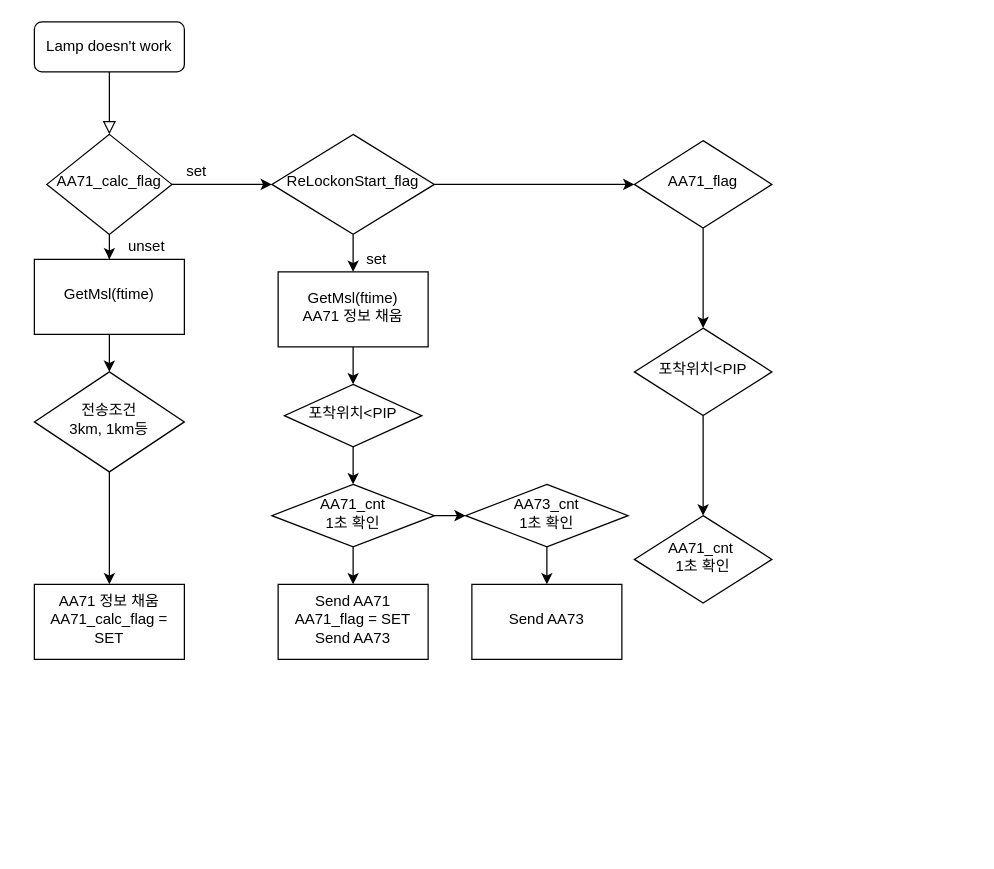
Before: Untitled Diagram.drawio in sejoon86/course-collaboration-travel-plans, a draw.io diagram. Source tidied: cells renumbered, new cells numbered last; positions are measured from the earlier drawing's top-left corner, leaving out a move shared by most shapes. Both pictures are drawn from the tidied source at 125%, with x=0, y=0 at pixel (34, 21).
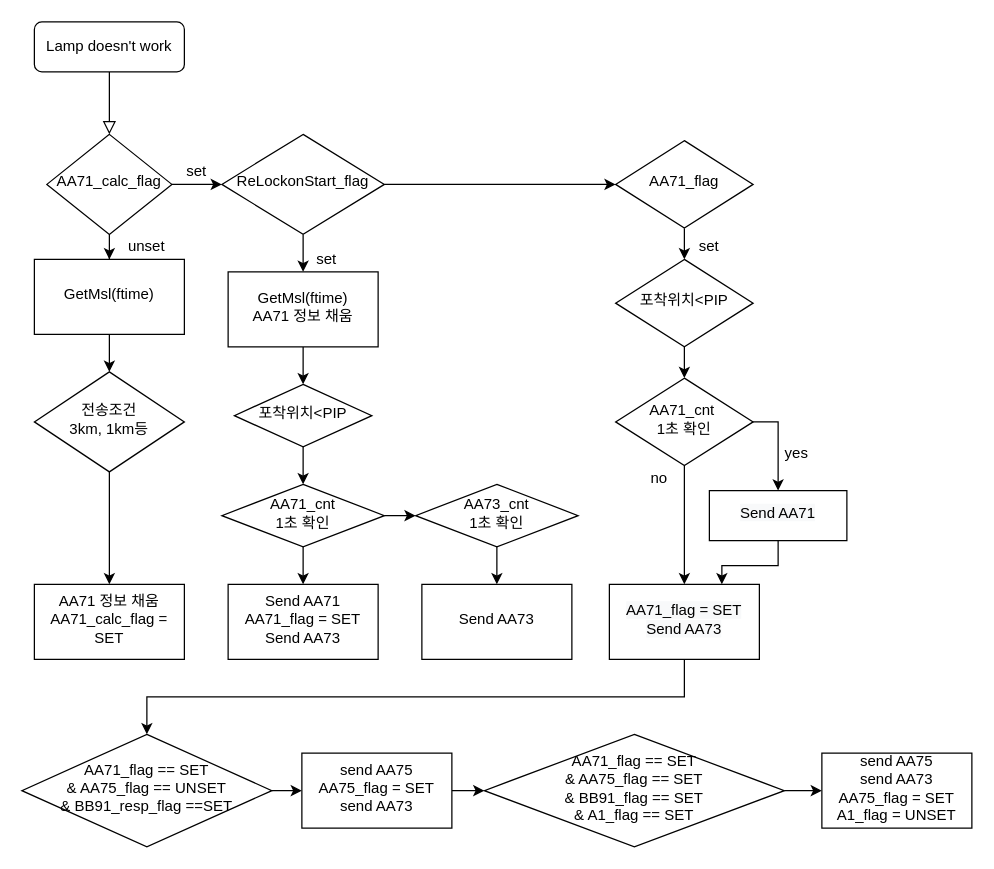
The same page after the edit.

What changed in the source:
```diff
@@
     <mxCell id="14" value="ReLockonStart_flag" style="rhombus;whiteSpace=wrap;html=1;shadow=0;fontFamily=Helvetica;fontSize=12;align=center;strokeWidth=1;spacing=6;spacingTop=-4;" parent="1" vertex="1">
-      <mxGeometry x="190" y="90" width="130" height="80" as="geometry" />
+      <mxGeometry x="150" y="90" width="130" height="80" as="geometry" />
     </mxCell>
@@
     <mxCell id="16" value="GetMsl(ftime)&lt;br&gt;AA71 정보 채움" style="whiteSpace=wrap;html=1;shadow=0;strokeWidth=1;spacing=6;spacingTop=-4;" parent="1" vertex="1">
-      <mxGeometry x="195" y="200" width="120" height="60" as="geometry" />
+      <mxGeometry x="155" y="200" width="120" height="60" as="geometry" />
     </mxCell>
@@
     <mxCell id="19" value="set" style="text;html=1;strokeColor=none;fillColor=none;align=center;verticalAlign=middle;whiteSpace=wrap;rounded=0;" parent="1" vertex="1">
-      <mxGeometry x="254" y="180" width="40" height="20" as="geometry" />
+      <mxGeometry x="214" y="180" width="40" height="20" as="geometry" />
     </mxCell>
@@
     <mxCell id="21" value="포착위치&amp;lt;PIP" style="rhombus;whiteSpace=wrap;html=1;shadow=0;strokeWidth=1;spacing=6;spacingTop=-4;" parent="1" vertex="1">
-      <mxGeometry x="200" y="290" width="110" height="50" as="geometry" />
+      <mxGeometry x="160" y="290" width="110" height="50" as="geometry" />
     </mxCell>
@@
     <mxCell id="24" value="AA71_cnt &lt;br&gt;1초 확인" style="rhombus;whiteSpace=wrap;html=1;shadow=0;strokeWidth=1;spacing=6;spacingTop=-4;" parent="1" vertex="1">
-      <mxGeometry x="190" y="370" width="130" height="50" as="geometry" />
+      <mxGeometry x="150" y="370" width="130" height="50" as="geometry" />
     </mxCell>
     <mxCell id="25" value="Send AA71&lt;br&gt;AA71_flag = SET&lt;br&gt;Send AA73" style="whiteSpace=wrap;html=1;shadow=0;strokeWidth=1;spacing=6;spacingTop=-4;" parent="1" vertex="1">
-      <mxGeometry x="195" y="450" width="120" height="60" as="geometry" />
+      <mxGeometry x="155" y="450" width="120" height="60" as="geometry" />
     </mxCell>
@@
     <mxCell id="27" value="AA73_cnt &lt;br&gt;1초 확인" style="rhombus;whiteSpace=wrap;html=1;shadow=0;strokeWidth=1;spacing=6;spacingTop=-4;" parent="1" vertex="1">
-      <mxGeometry x="345" y="370" width="130" height="50" as="geometry" />
+      <mxGeometry x="305" y="370" width="130" height="50" as="geometry" />
     </mxCell>
     <mxCell id="28" value="Send AA73" style="whiteSpace=wrap;html=1;shadow=0;strokeWidth=1;spacing=6;spacingTop=-4;" parent="1" vertex="1">
-      <mxGeometry x="350" y="450" width="120" height="60" as="geometry" />
+      <mxGeometry x="310" y="450" width="120" height="60" as="geometry" />
     </mxCell>
@@
     <mxCell id="30" value="AA71_flag" style="rhombus;whiteSpace=wrap;html=1;shadow=0;strokeWidth=1;spacing=6;spacingTop=-4;" parent="1" vertex="1">
-      <mxGeometry x="480" y="95" width="110" height="70" as="geometry" />
+      <mxGeometry x="465" y="95" width="110" height="70" as="geometry" />
     </mxCell>
@@
+    <mxCell id="34" style="edgeStyle=orthogonalEdgeStyle;rounded=0;jettySize=auto;html=1;entryX=0.5;entryY=0;entryDx=0;entryDy=0;exitX=1;exitY=0.5;exitDx=0;exitDy=0;" parent="1" edge="1" source="33" target="40">
+      <mxGeometry relative="1" as="geometry" />
+    </mxCell>
     <mxCell id="32" value="포착위치&amp;lt;PIP" style="rhombus;whiteSpace=wrap;html=1;shadow=0;strokeWidth=1;spacing=6;spacingTop=-4;" parent="1" vertex="1">
-      <mxGeometry x="480" y="245" width="110" height="70" as="geometry" />
+      <mxGeometry x="465" y="190" width="110" height="70" as="geometry" />
     </mxCell>
+    <mxCell id="35" style="edgeStyle=orthogonalEdgeStyle;rounded=0;jettySize=auto;html=1;" parent="1" edge="1" source="33" target="37">
+      <mxGeometry relative="1" as="geometry" />
+    </mxCell>
     <mxCell id="33" value="AA71_cnt&amp;nbsp;&lt;br&gt;1초 확인" style="rhombus;whiteSpace=wrap;html=1;shadow=0;strokeWidth=1;spacing=6;spacingTop=-4;" parent="1" vertex="1">
-      <mxGeometry x="480" y="395" width="110" height="70" as="geometry" />
+      <mxGeometry x="465" y="285" width="110" height="70" as="geometry" />
     </mxCell>
+    <mxCell id="36" style="edgeStyle=orthogonalEdgeStyle;rounded=0;jettySize=auto;html=1;exitX=0.5;exitY=1;exitDx=0;exitDy=0;entryX=0.5;entryY=0;entryDx=0;entryDy=0;" parent="1" edge="1" source="37" target="44">
+      <mxGeometry relative="1" as="geometry" />
+    </mxCell>
+    <mxCell id="37" value="&lt;span style=&quot;color: rgb(0 , 0 , 0) ; font-family: &amp;#34;helvetica&amp;#34; ; font-size: 12px ; font-style: normal ; font-weight: 400 ; letter-spacing: normal ; text-align: center ; text-indent: 0px ; text-transform: none ; word-spacing: 0px ; background-color: rgb(248 , 249 , 250) ; display: inline ; float: none&quot;&gt;AA71_flag = SET&lt;/span&gt;&lt;br style=&quot;color: rgb(0 , 0 , 0) ; font-family: &amp;#34;helvetica&amp;#34; ; font-size: 12px ; font-style: normal ; font-weight: 400 ; letter-spacing: normal ; text-align: center ; text-indent: 0px ; text-transform: none ; word-spacing: 0px ; background-color: rgb(248 , 249 , 250)&quot;&gt;&lt;span style=&quot;color: rgb(0 , 0 , 0) ; font-family: &amp;#34;helvetica&amp;#34; ; font-size: 12px ; font-style: normal ; font-weight: 400 ; letter-spacing: normal ; text-align: center ; text-indent: 0px ; text-transform: none ; word-spacing: 0px ; background-color: rgb(248 , 249 , 250) ; display: inline ; float: none&quot;&gt;Send AA73&lt;/span&gt;&lt;br&gt;" style="whiteSpace=wrap;html=1;shadow=0;strokeWidth=1;spacing=6;spacingTop=-4;" parent="1" vertex="1">
+      <mxGeometry x="460" y="450" width="120" height="60" as="geometry" />
+    </mxCell>
+    <mxCell id="38" value="set" style="text;html=1;strokeColor=none;fillColor=none;align=center;verticalAlign=middle;whiteSpace=wrap;rounded=0;" parent="1" vertex="1">
+      <mxGeometry x="520" y="170" width="40" height="20" as="geometry" />
+    </mxCell>
+    <mxCell id="39" style="edgeStyle=orthogonalEdgeStyle;rounded=0;jettySize=auto;html=1;exitX=0.5;exitY=1;exitDx=0;exitDy=0;entryX=0.75;entryY=0;entryDx=0;entryDy=0;" parent="1" edge="1" source="40" target="37">
+      <mxGeometry relative="1" as="geometry" />
+    </mxCell>
+    <mxCell id="40" value="&lt;span style=&quot;color: rgb(0 , 0 , 0) ; font-family: &amp;#34;helvetica&amp;#34; ; font-size: 12px ; font-style: normal ; font-weight: 400 ; letter-spacing: normal ; text-align: center ; text-indent: 0px ; text-transform: none ; word-spacing: 0px ; background-color: rgb(248 , 249 , 250) ; display: inline ; float: none&quot;&gt;Send AA71&lt;/span&gt;" style="whiteSpace=wrap;html=1;shadow=0;strokeWidth=1;spacing=6;spacingTop=-4;" parent="1" vertex="1">
+      <mxGeometry x="540" y="375" width="110" height="40" as="geometry" />
+    </mxCell>
+    <mxCell id="41" value="yes" style="text;html=1;strokeColor=none;fillColor=none;align=center;verticalAlign=middle;whiteSpace=wrap;rounded=0;" parent="1" vertex="1">
+      <mxGeometry x="590" y="335" width="40" height="20" as="geometry" />
+    </mxCell>
+    <mxCell id="42" value="no" style="text;html=1;strokeColor=none;fillColor=none;align=center;verticalAlign=middle;whiteSpace=wrap;rounded=0;" parent="1" vertex="1">
+      <mxGeometry x="480" y="355" width="40" height="20" as="geometry" />
+    </mxCell>
+    <mxCell id="43" style="edgeStyle=orthogonalEdgeStyle;rounded=0;jettySize=auto;html=1;" parent="1" edge="1" source="44" target="46">
+      <mxGeometry relative="1" as="geometry" />
+    </mxCell>
+    <mxCell id="44" value="AA71_flag == SET&lt;br&gt;&amp;amp; AA75_flag == UNSET&lt;br&gt;&amp;amp; BB91_resp_flag ==SET" style="rhombus;whiteSpace=wrap;html=1;shadow=0;strokeWidth=1;spacing=6;spacingTop=-4;" parent="1" vertex="1">
+      <mxGeometry x="-10" y="570" width="200" height="90" as="geometry" />
+    </mxCell>
+    <mxCell id="45" style="edgeStyle=orthogonalEdgeStyle;rounded=0;jettySize=auto;html=1;" parent="1" edge="1" source="46" target="48">
+      <mxGeometry relative="1" as="geometry" />
+    </mxCell>
+    <mxCell id="46" value="send AA75&lt;br&gt;AA75_flag = SET&lt;br&gt;send AA73" style="whiteSpace=wrap;html=1;shadow=0;strokeWidth=1;spacing=6;spacingTop=-4;" parent="1" vertex="1">
+      <mxGeometry x="214" y="585" width="120" height="60" as="geometry" />
+    </mxCell>
+    <mxCell id="47" style="edgeStyle=orthogonalEdgeStyle;rounded=0;jettySize=auto;html=1;" parent="1" edge="1" source="48" target="49">
+      <mxGeometry relative="1" as="geometry" />
+    </mxCell>
+    <mxCell id="48" value="AA71_flag == SET&lt;br&gt;&amp;amp; AA75_flag == SET&lt;br&gt;&amp;amp; BB91_flag == SET&lt;br&gt;&amp;amp; A1_flag == SET" style="rhombus;whiteSpace=wrap;html=1;shadow=0;strokeWidth=1;spacing=6;spacingTop=-4;" parent="1" vertex="1">
+      <mxGeometry x="360" y="570" width="240" height="90" as="geometry" />
+    </mxCell>
+    <mxCell id="49" value="send AA75&lt;br&gt;send AA73&lt;br&gt;AA75_flag = SET&lt;br&gt;A1_flag = UNSET" style="whiteSpace=wrap;html=1;shadow=0;strokeWidth=1;spacing=6;spacingTop=-4;" parent="1" vertex="1">
+      <mxGeometry x="630" y="585" width="120" height="60" as="geometry" />
+    </mxCell>
```
